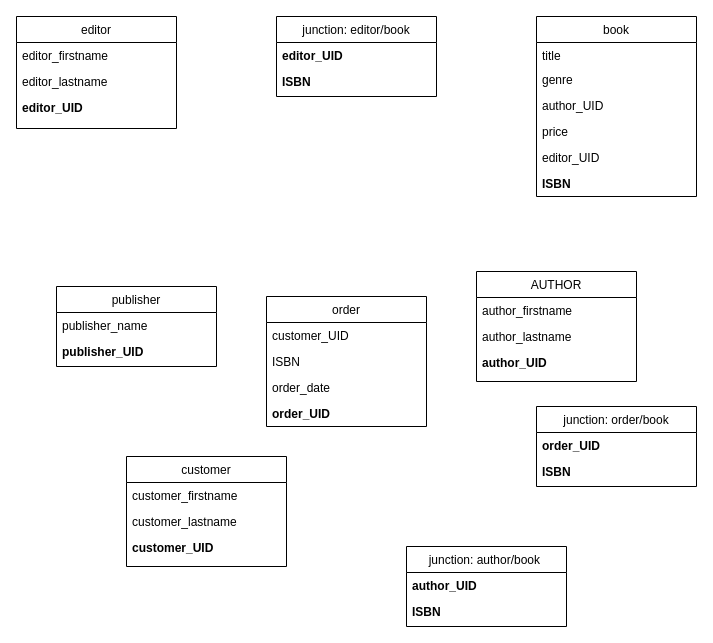
This is Untitled Diagram.drawio from egersack/hw-db-book-biz-01, a draw.io file, before an edit. Source tidied: cells renumbered, new cells numbered last; positions are measured from the earlier drawing's top-left corner, leaving out a move shared by most shapes. Both pictures are drawn from the tidied source at 100%, with x=0, y=0 at pixel (16, 16).
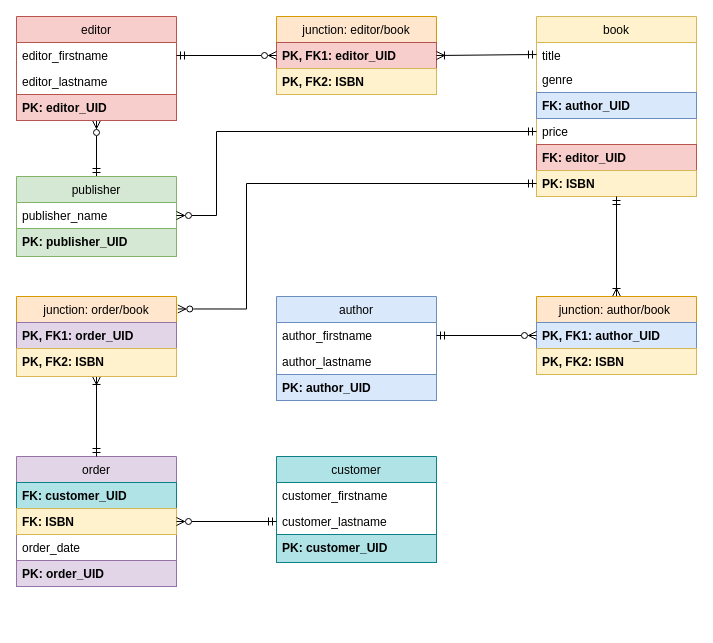
After the change.

The change refers to these unchanged cells:
```xml
<mxCell id="3" value="editor_firstname" style="text;align=left;verticalAlign=top;spacingLeft=4;spacingRight=4;overflow=hidden;points=[[0,0.5],[1,0.5]];portConstraint=eastwest;" parent="2" vertex="1">
  <mxGeometry y="26" width="160" height="26" as="geometry" />
</mxCell>
<mxCell id="7" value="publisher_name" style="text;align=left;verticalAlign=top;spacingLeft=4;spacingRight=4;overflow=hidden;points=[[0,0.5],[1,0.5]];portConstraint=eastwest;" parent="6" vertex="1">
  <mxGeometry y="26" width="160" height="26" as="geometry" />
</mxCell>
<mxCell id="16" value="customer_lastname" style="text;align=left;verticalAlign=top;spacingLeft=4;spacingRight=4;overflow=hidden;points=[[0,0.5],[1,0.5]];portConstraint=eastwest;rounded=0;shadow=0;html=0;" parent="14" vertex="1">
  <mxGeometry y="52" width="160" height="26" as="geometry" />
</mxCell>
<mxCell id="19" value="title" style="text;align=left;verticalAlign=top;spacingLeft=4;spacingRight=4;overflow=hidden;points=[[0,0.5],[1,0.5]];portConstraint=eastwest;" parent="18" vertex="1">
  <mxGeometry y="26" width="160" height="24" as="geometry" />
</mxCell>
<mxCell id="22" value="price" style="text;align=left;verticalAlign=top;spacingLeft=4;spacingRight=4;overflow=hidden;points=[[0,0.5],[1,0.5]];portConstraint=eastwest;" parent="18" vertex="1">
  <mxGeometry y="102" width="160" height="26" as="geometry" />
</mxCell>
<mxCell id="26" value="author_firstname" style="text;align=left;verticalAlign=top;spacingLeft=4;spacingRight=4;overflow=hidden;points=[[0,0.5],[1,0.5]];portConstraint=eastwest;" parent="25" vertex="1">
  <mxGeometry y="26" width="160" height="26" as="geometry" />
</mxCell>
```

Change to the diagram source:
```diff
@@
+    <mxCell id="38" style="edgeStyle=none;rounded=1;sketch=0;jettySize=auto;html=1;entryX=0.5;entryY=0;entryDx=0;entryDy=0;shadow=0;startArrow=ERzeroToMany;startFill=0;endArrow=ERmandOne;endFill=0;" parent="1" edge="1" source="2" target="6">
+      <mxGeometry relative="1" as="geometry" />
+    </mxCell>
-    <mxCell id="2" value="editor" style="swimlane;fontStyle=0;align=center;verticalAlign=top;horizontal=1;startSize=26;rounded=0;shadow=0;strokeWidth=1;" parent="1" vertex="1">
-      <mxGeometry width="160" height="112" as="geometry" />
+    <mxCell id="2" value="editor" style="swimlane;fontStyle=0;align=center;verticalAlign=top;horizontal=1;startSize=26;rounded=0;shadow=0;strokeWidth=1;fillColor=#f8cecc;strokeColor=#b85450;" parent="1" vertex="1">
+      <mxGeometry width="160" height="104" as="geometry" />
     </mxCell>
@@
-    <mxCell id="5" value="editor_UID" style="text;align=left;verticalAlign=top;spacingLeft=4;spacingRight=4;overflow=hidden;rounded=0;shadow=0;html=0;fontStyle=1;" parent="2" vertex="1">
+    <mxCell id="5" value="PK: editor_UID" style="text;align=left;verticalAlign=top;spacingLeft=4;spacingRight=4;overflow=hidden;rounded=0;shadow=0;html=0;fontStyle=1;fillColor=#f8cecc;strokeColor=#b85450;" parent="2" vertex="1">
       <mxGeometry y="78" width="160" height="26" as="geometry" />
     </mxCell>
-    <mxCell id="6" value="publisher" style="swimlane;fontStyle=0;align=center;verticalAlign=top;horizontal=1;startSize=26;rounded=0;shadow=0;strokeWidth=1;" parent="1" vertex="1">
-      <mxGeometry x="40" y="270" width="160" height="80" as="geometry" />
+    <mxCell id="6" value="publisher" style="swimlane;fontStyle=0;align=center;verticalAlign=top;horizontal=1;startSize=26;rounded=0;shadow=0;strokeWidth=1;fillColor=#d5e8d4;strokeColor=#82b366;" parent="1" vertex="1">
+      <mxGeometry y="160" width="160" height="80" as="geometry" />
     </mxCell>
@@
-    <mxCell id="8" value="publisher_UID" style="text;align=left;verticalAlign=top;spacingLeft=4;spacingRight=4;overflow=hidden;rounded=0;shadow=0;html=0;fontStyle=1;" parent="6" vertex="1">
-      <mxGeometry y="52" width="160" height="26" as="geometry" />
+    <mxCell id="8" value="PK: publisher_UID" style="text;align=left;verticalAlign=top;spacingLeft=4;spacingRight=4;overflow=hidden;rounded=0;shadow=0;html=0;fontStyle=1;fillColor=#d5e8d4;strokeColor=#82b366;" parent="6" vertex="1">
+      <mxGeometry y="52" width="160" height="28" as="geometry" />
     </mxCell>
-    <mxCell id="9" value="order" style="swimlane;fontStyle=0;align=center;verticalAlign=top;horizontal=1;startSize=26;rounded=0;shadow=0;strokeWidth=1;" parent="1" vertex="1">
-      <mxGeometry x="250" y="280" width="160" height="130" as="geometry" />
+    <mxCell id="9" value="order" style="swimlane;fontStyle=0;align=center;verticalAlign=top;horizontal=1;startSize=26;rounded=0;shadow=0;strokeWidth=1;fillColor=#e1d5e7;strokeColor=#9673a6;" parent="1" vertex="1">
+      <mxGeometry y="440" width="160" height="130" as="geometry" />
     </mxCell>
-    <mxCell id="10" value="customer_UID" style="text;align=left;verticalAlign=top;spacingLeft=4;spacingRight=4;overflow=hidden;" parent="9" vertex="1">
+    <mxCell id="10" value="FK: customer_UID" style="text;align=left;verticalAlign=top;spacingLeft=4;spacingRight=4;overflow=hidden;fillColor=#b0e3e6;strokeColor=#0e8088;fontStyle=1;" parent="9" vertex="1">
       <mxGeometry y="26" width="160" height="26" as="geometry" />
     </mxCell>
-    <mxCell id="11" value="ISBN" style="text;align=left;verticalAlign=top;spacingLeft=4;spacingRight=4;overflow=hidden;points=[[0,0.5],[1,0.5]];portConstraint=eastwest;" parent="9" vertex="1">
+    <mxCell id="11" value="FK: ISBN" style="text;align=left;verticalAlign=top;spacingLeft=4;spacingRight=4;overflow=hidden;points=[[0,0.5],[1,0.5]];portConstraint=eastwest;fillColor=#fff2cc;strokeColor=#d6b656;fontStyle=1;" parent="9" vertex="1">
       <mxGeometry y="52" width="160" height="26" as="geometry" />
     </mxCell>
@@
-    <mxCell id="13" value="order_UID" style="text;align=left;verticalAlign=top;spacingLeft=4;spacingRight=4;overflow=hidden;fontStyle=1;" parent="9" vertex="1">
+    <mxCell id="13" value="PK: order_UID" style="text;align=left;verticalAlign=top;spacingLeft=4;spacingRight=4;overflow=hidden;fontStyle=1;fillColor=#e1d5e7;strokeColor=#9673a6;" parent="9" vertex="1">
       <mxGeometry y="104" width="160" height="26" as="geometry" />
     </mxCell>
-    <mxCell id="14" value="customer" style="swimlane;fontStyle=0;align=center;verticalAlign=top;horizontal=1;startSize=26;rounded=0;shadow=0;strokeWidth=1;" parent="1" vertex="1">
-      <mxGeometry x="110" y="440" width="160" height="110" as="geometry" />
+    <mxCell id="14" value="customer" style="swimlane;fontStyle=0;align=center;verticalAlign=top;horizontal=1;startSize=26;rounded=0;shadow=0;strokeWidth=1;fillColor=#b0e3e6;strokeColor=#0e8088;" parent="1" vertex="1">
+      <mxGeometry x="260" y="440" width="160" height="106" as="geometry" />
     </mxCell>
@@
-    <mxCell id="17" value="customer_UID" style="text;align=left;verticalAlign=top;spacingLeft=4;spacingRight=4;overflow=hidden;rounded=0;shadow=0;html=0;fontStyle=1;" parent="14" vertex="1">
-      <mxGeometry y="78" width="160" height="26" as="geometry" />
+    <mxCell id="17" value="PK: customer_UID" style="text;align=left;verticalAlign=top;spacingLeft=4;spacingRight=4;overflow=hidden;rounded=0;shadow=0;html=0;fontStyle=1;fillColor=#b0e3e6;strokeColor=#0e8088;" parent="14" vertex="1">
+      <mxGeometry y="78" width="160" height="28" as="geometry" />
     </mxCell>
-    <mxCell id="18" value="book" style="swimlane;fontStyle=0;align=center;verticalAlign=top;horizontal=1;startSize=26;rounded=0;shadow=0;strokeWidth=1;flipH=0;flipV=0;" parent="1" vertex="1">
+    <mxCell id="18" value="book" style="swimlane;fontStyle=0;align=center;verticalAlign=top;horizontal=1;startSize=26;rounded=0;shadow=0;strokeWidth=1;flipH=0;flipV=0;fillColor=#fff2cc;strokeColor=#d6b656;" parent="1" vertex="1">
       <mxGeometry x="520" width="160" height="180" as="geometry" />
     </mxCell>
@@
-    <mxCell id="21" value="author_UID" style="text;align=left;verticalAlign=top;spacingLeft=4;spacingRight=4;overflow=hidden;fontStyle=0;" parent="18" vertex="1">
+    <mxCell id="21" value="FK: author_UID" style="text;align=left;verticalAlign=top;spacingLeft=4;spacingRight=4;overflow=hidden;fontStyle=1;fillColor=#dae8fc;strokeColor=#6c8ebf;" parent="18" vertex="1">
       <mxGeometry y="76" width="160" height="26" as="geometry" />
     </mxCell>
@@
-    <mxCell id="23" value="editor_UID" style="text;align=left;verticalAlign=top;spacingLeft=4;spacingRight=4;overflow=hidden;" parent="18" vertex="1">
+    <mxCell id="23" value="FK: editor_UID" style="text;align=left;verticalAlign=top;spacingLeft=4;spacingRight=4;overflow=hidden;fillColor=#f8cecc;strokeColor=#b85450;fontStyle=1;" parent="18" vertex="1">
       <mxGeometry y="128" width="160" height="26" as="geometry" />
     </mxCell>
-    <mxCell id="24" value="ISBN" style="text;align=left;verticalAlign=top;spacingLeft=4;spacingRight=4;overflow=hidden;points=[[0,0.5],[1,0.5]];portConstraint=eastwest;fontStyle=1;" parent="18" vertex="1">
+    <mxCell id="24" value="PK: ISBN" style="text;align=left;verticalAlign=top;spacingLeft=4;spacingRight=4;overflow=hidden;points=[[0,0.5],[1,0.5]];portConstraint=eastwest;fontStyle=1;fillColor=#fff2cc;strokeColor=#d6b656;" parent="18" vertex="1">
       <mxGeometry y="154" width="160" height="26" as="geometry" />
     </mxCell>
-    <mxCell id="25" value="AUTHOR" style="swimlane;fontStyle=0;align=center;verticalAlign=top;horizontal=1;startSize=26;rounded=0;shadow=0;strokeWidth=1;" parent="1" vertex="1">
-      <mxGeometry x="460" y="255" width="160" height="110" as="geometry" />
+    <mxCell id="25" value="author" style="swimlane;fontStyle=0;align=center;verticalAlign=top;horizontal=1;startSize=26;rounded=0;shadow=0;strokeWidth=1;fillColor=#dae8fc;strokeColor=#6c8ebf;" parent="1" vertex="1">
+      <mxGeometry x="260" y="280" width="160" height="104" as="geometry" />
     </mxCell>
@@
-    <mxCell id="28" value="author_UID" style="text;align=left;verticalAlign=top;spacingLeft=4;spacingRight=4;overflow=hidden;rounded=0;shadow=0;html=0;fontStyle=1;" parent="25" vertex="1">
+    <mxCell id="28" value="PK: author_UID" style="text;align=left;verticalAlign=top;spacingLeft=4;spacingRight=4;overflow=hidden;rounded=0;shadow=0;html=0;fontStyle=1;fillColor=#dae8fc;strokeColor=#6c8ebf;" parent="25" vertex="1">
       <mxGeometry y="78" width="160" height="26" as="geometry" />
     </mxCell>
+    <mxCell id="39" style="edgeStyle=none;rounded=0;sketch=0;jettySize=auto;html=1;shadow=0;startArrow=ERoneToMany;startFill=0;endArrow=ERmandOne;endFill=0;" parent="1" edge="1" source="29" target="24">
+      <mxGeometry relative="1" as="geometry" />
+    </mxCell>
-    <mxCell id="29" value="junction: author/book " style="swimlane;fontStyle=0;align=center;verticalAlign=top;horizontal=1;startSize=26;rounded=0;shadow=0;strokeWidth=1;" parent="1" vertex="1">
-      <mxGeometry x="390" y="530" width="160" height="80" as="geometry" />
+    <mxCell id="29" value="junction: author/book " style="swimlane;fontStyle=0;align=center;verticalAlign=top;horizontal=1;startSize=26;rounded=0;shadow=0;strokeWidth=1;fillColor=#ffe6cc;strokeColor=#d79b00;" parent="1" vertex="1">
+      <mxGeometry x="520" y="280" width="160" height="78" as="geometry" />
     </mxCell>
-    <mxCell id="30" value="author_UID" style="text;align=left;verticalAlign=top;spacingLeft=4;spacingRight=4;overflow=hidden;points=[[0,0.5],[1,0.5]];portConstraint=eastwest;fontStyle=1;" parent="29" vertex="1">
+    <mxCell id="30" value="PK, FK1: author_UID" style="text;align=left;verticalAlign=top;spacingLeft=4;spacingRight=4;overflow=hidden;points=[[0,0.5],[1,0.5]];portConstraint=eastwest;fontStyle=1;fillColor=#dae8fc;strokeColor=#6c8ebf;" parent="29" vertex="1">
       <mxGeometry y="26" width="160" height="26" as="geometry" />
     </mxCell>
-    <mxCell id="31" value="ISBN" style="text;align=left;verticalAlign=top;spacingLeft=4;spacingRight=4;overflow=hidden;rounded=0;shadow=0;html=0;fontStyle=1;" parent="29" vertex="1">
+    <mxCell id="31" value="PK, FK2: ISBN" style="text;align=left;verticalAlign=top;spacingLeft=4;spacingRight=4;overflow=hidden;rounded=0;shadow=0;html=0;fontStyle=1;fillColor=#fff2cc;strokeColor=#d6b656;" parent="29" vertex="1">
       <mxGeometry y="52" width="160" height="26" as="geometry" />
     </mxCell>
+    <mxCell id="40" style="edgeStyle=orthogonalEdgeStyle;rounded=0;sketch=0;jettySize=auto;html=1;entryX=0.5;entryY=0;entryDx=0;entryDy=0;shadow=0;startArrow=ERoneToMany;startFill=0;endArrow=ERmandOne;endFill=0;" parent="1" edge="1" source="32" target="9">
+      <mxGeometry relative="1" as="geometry" />
+    </mxCell>
-    <mxCell id="32" value="junction: order/book" style="swimlane;fontStyle=0;align=center;verticalAlign=top;horizontal=1;startSize=26;rounded=0;shadow=0;strokeWidth=1;" parent="1" vertex="1">
-      <mxGeometry x="520" y="390" width="160" height="80" as="geometry" />
+    <mxCell id="32" value="junction: order/book" style="swimlane;fontStyle=0;align=center;verticalAlign=top;horizontal=1;startSize=26;rounded=0;shadow=0;strokeWidth=1;fillColor=#ffe6cc;strokeColor=#d79b00;" parent="1" vertex="1">
+      <mxGeometry y="280" width="160" height="80" as="geometry" />
     </mxCell>
-    <mxCell id="33" value="order_UID" style="text;align=left;verticalAlign=top;spacingLeft=4;spacingRight=4;overflow=hidden;fontStyle=1;" parent="32" vertex="1">
+    <mxCell id="33" value="PK, FK1: order_UID" style="text;align=left;verticalAlign=top;spacingLeft=4;spacingRight=4;overflow=hidden;fontStyle=1;fillColor=#e1d5e7;strokeColor=#9673a6;" parent="32" vertex="1">
       <mxGeometry y="26" width="160" height="26" as="geometry" />
     </mxCell>
-    <mxCell id="34" value="ISBN" style="text;align=left;verticalAlign=top;spacingLeft=4;spacingRight=4;overflow=hidden;rounded=0;shadow=0;html=0;fontStyle=1;" parent="32" vertex="1">
+    <mxCell id="34" value="PK, FK2: ISBN" style="text;align=left;verticalAlign=top;spacingLeft=4;spacingRight=4;overflow=hidden;rounded=0;shadow=0;html=0;fontStyle=1;fillColor=#fff2cc;strokeColor=#d6b656;" parent="32" vertex="1">
       <mxGeometry y="52" width="160" height="28" as="geometry" />
     </mxCell>
-    <mxCell id="35" value="junction: editor/book" style="swimlane;fontStyle=0;align=center;verticalAlign=top;horizontal=1;startSize=26;rounded=0;shadow=0;strokeWidth=1;" parent="1" vertex="1">
-      <mxGeometry x="260" width="160" height="80" as="geometry" />
+    <mxCell id="35" value="junction: editor/book" style="swimlane;fontStyle=0;align=center;verticalAlign=top;horizontal=1;startSize=26;rounded=0;shadow=0;strokeWidth=1;fillColor=#ffe6cc;strokeColor=#d79b00;" parent="1" vertex="1">
+      <mxGeometry x="260" width="160" height="78" as="geometry" />
     </mxCell>
-    <mxCell id="36" value="editor_UID" style="text;align=left;verticalAlign=top;spacingLeft=4;spacingRight=4;overflow=hidden;points=[[0,0.5],[1,0.5]];portConstraint=eastwest;fontStyle=1;" parent="35" vertex="1">
+    <mxCell id="36" value="PK, FK1: editor_UID" style="text;align=left;verticalAlign=top;spacingLeft=4;spacingRight=4;overflow=hidden;points=[[0,0.5],[1,0.5]];portConstraint=eastwest;fontStyle=1;fillColor=#f8cecc;strokeColor=#b85450;" parent="35" vertex="1">
       <mxGeometry y="26" width="160" height="26" as="geometry" />
     </mxCell>
-    <mxCell id="37" value="ISBN" style="text;align=left;verticalAlign=top;spacingLeft=4;spacingRight=4;overflow=hidden;rounded=0;shadow=0;html=0;fontStyle=1;" parent="35" vertex="1">
+    <mxCell id="37" value="PK, FK2: ISBN" style="text;align=left;verticalAlign=top;spacingLeft=4;spacingRight=4;overflow=hidden;rounded=0;shadow=0;html=0;fontStyle=1;fillColor=#fff2cc;strokeColor=#d6b656;" parent="35" vertex="1">
       <mxGeometry y="52" width="160" height="26" as="geometry" />
     </mxCell>
+    <mxCell id="41" style="rounded=1;sketch=0;jettySize=auto;html=1;exitX=0;exitY=0.5;exitDx=0;exitDy=0;entryX=1;entryY=0.5;entryDx=0;entryDy=0;shadow=0;startArrow=ERmandOne;startFill=0;endArrow=ERoneToMany;endFill=0;" parent="1" edge="1" source="19" target="36">
+      <mxGeometry relative="1" as="geometry" />
+    </mxCell>
+    <mxCell id="42" style="edgeStyle=none;rounded=1;sketch=0;jettySize=auto;html=1;entryX=1;entryY=0.5;entryDx=0;entryDy=0;shadow=0;startArrow=ERzeroToMany;startFill=0;endArrow=ERmandOne;endFill=0;" parent="1" edge="1" source="36" target="3">
+      <mxGeometry relative="1" as="geometry" />
+    </mxCell>
+    <mxCell id="43" style="edgeStyle=none;rounded=0;sketch=0;jettySize=auto;html=1;entryX=1;entryY=0.5;entryDx=0;entryDy=0;shadow=0;startArrow=ERzeroToMany;startFill=0;endArrow=ERmandOne;endFill=0;" parent="1" edge="1" source="30" target="26">
+      <mxGeometry relative="1" as="geometry" />
+    </mxCell>
+    <mxCell id="44" style="edgeStyle=orthogonalEdgeStyle;rounded=0;sketch=0;jettySize=auto;html=1;entryX=1.008;entryY=0.156;entryDx=0;entryDy=0;entryPerimeter=0;shadow=0;startArrow=ERmandOne;startFill=0;endArrow=ERzeroToMany;endFill=0;" parent="1" edge="1" source="24" target="32">
+      <mxGeometry relative="1" as="geometry">
+        <Array as="points">
+          <mxPoint x="230" y="167" />
+          <mxPoint x="230" y="293" />
+        </Array>
+      </mxGeometry>
+    </mxCell>
+    <mxCell id="45" style="edgeStyle=orthogonalEdgeStyle;rounded=0;sketch=0;jettySize=auto;html=1;entryX=0;entryY=0.5;entryDx=0;entryDy=0;shadow=0;startArrow=ERzeroToMany;startFill=0;endArrow=ERmandOne;endFill=0;" parent="1" edge="1" source="11" target="16">
+      <mxGeometry relative="1" as="geometry" />
+    </mxCell>
+    <mxCell id="46" style="edgeStyle=orthogonalEdgeStyle;rounded=0;sketch=0;jettySize=auto;html=1;entryX=0;entryY=0.5;entryDx=0;entryDy=0;shadow=0;startArrow=ERzeroToMany;startFill=0;endArrow=ERmandOne;endFill=0;" parent="1" edge="1" source="7" target="22">
+      <mxGeometry relative="1" as="geometry">
+        <Array as="points">
+          <mxPoint x="200" y="199" />
+          <mxPoint x="200" y="115" />
+        </Array>
+      </mxGeometry>
+    </mxCell>
```
